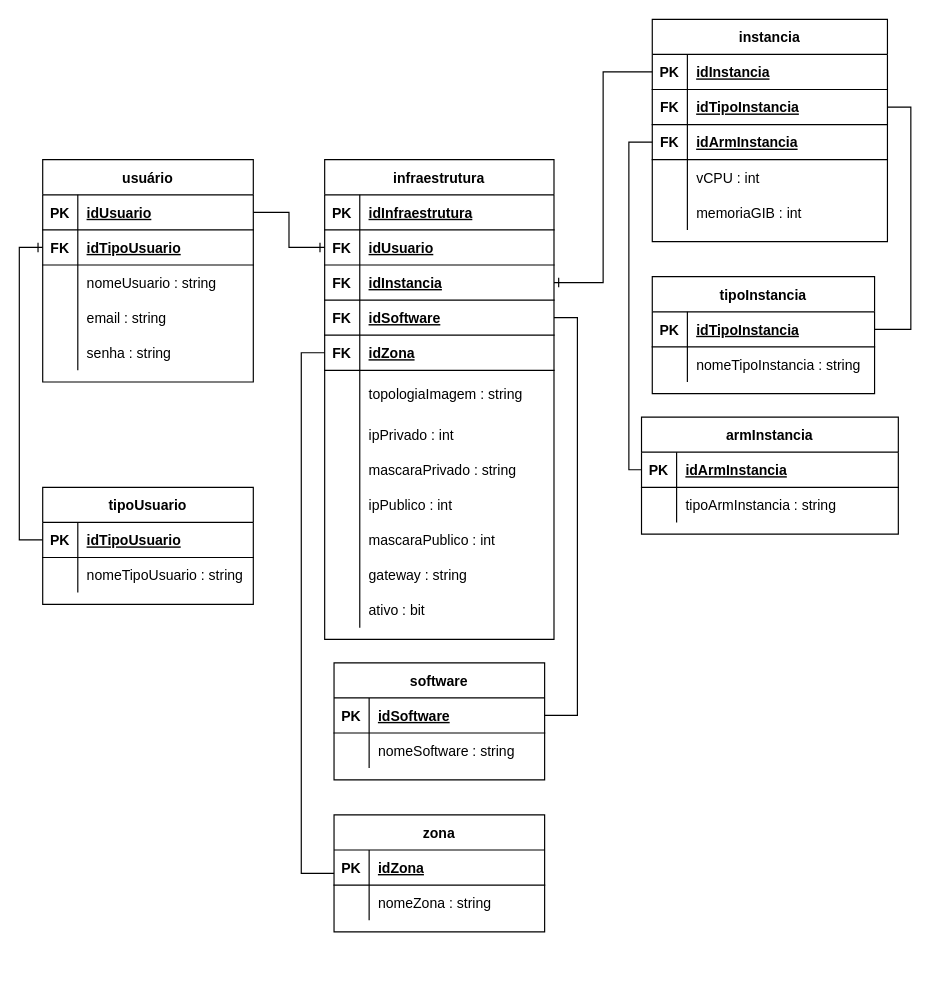
Angelogvr/Projeto_Final_Darede keeps this draw.io diagram as page "Lógico" (2 of 3) of BD/Modelagem/Modelagem.drawio. Above is the earlier version. Source tidied: cells renumbered, new cells numbered last; positions are measured from the earlier drawing's top-left corner, leaving out a move shared by most shapes. Both pictures are drawn from the tidied source at 117%, with x=0, y=0 at pixel (42, 19).
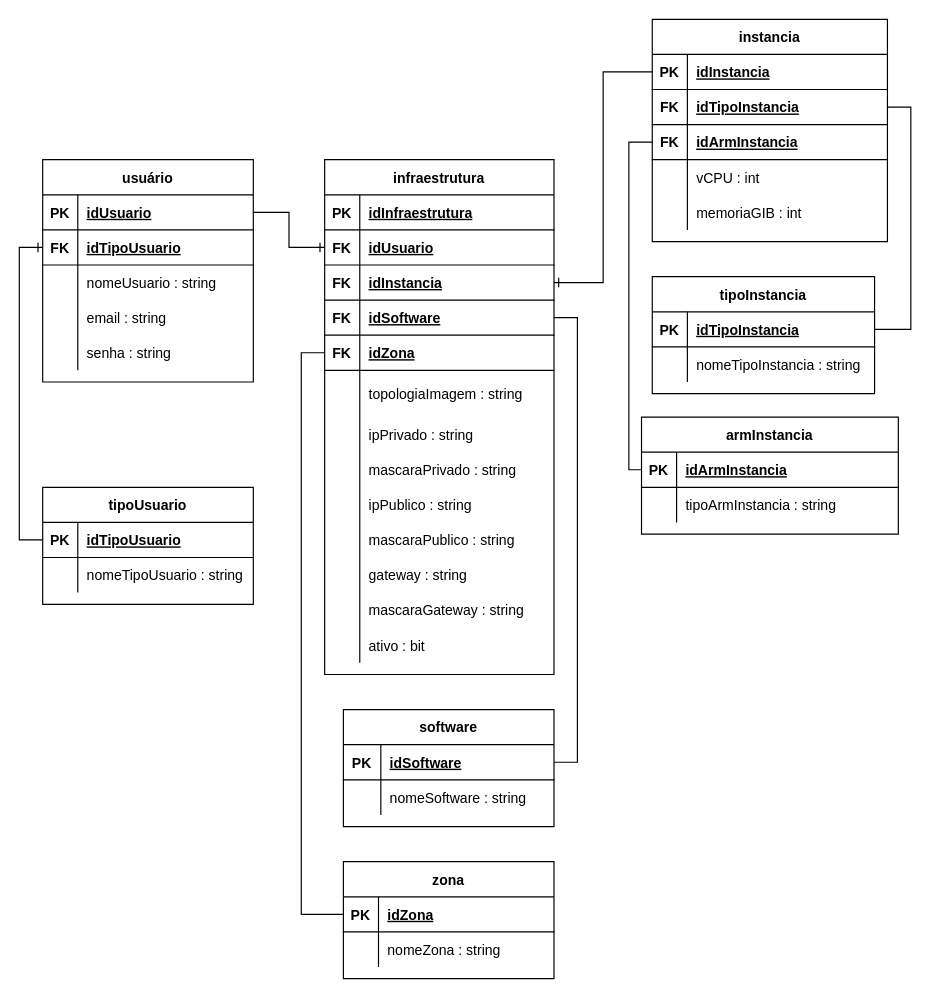
The same page after the edit.

The change refers to these unchanged cells:
```xml
<mxCell id="28" style="shape=tableRow;horizontal=0;startSize=0;swimlaneHead=0;swimlaneBody=0;fillColor=none;points=[[0,0.5],[1,0.5]];portConstraint=eastwest;top=0;left=0;right=0;bottom=1;" parent="18" vertex="1">
  <mxGeometry y="120" width="196" height="30" as="geometry" />
</mxCell>
<mxCell id="31" style="shape=tableRow;horizontal=0;startSize=0;swimlaneHead=0;swimlaneBody=0;fillColor=none;points=[[0,0.5],[1,0.5]];portConstraint=eastwest;top=0;left=0;right=0;bottom=1;" parent="18" vertex="1">
  <mxGeometry y="150" width="196" height="30" as="geometry" />
</mxCell>
<mxCell id="37" style="shape=tableRow;horizontal=0;startSize=0;swimlaneHead=0;swimlaneBody=0;fillColor=none;top=0;left=0;right=0;bottom=0;" parent="18" vertex="1">
  <mxGeometry y="220" width="196" height="30" as="geometry" />
</mxCell>
<mxCell id="43" style="shape=tableRow;horizontal=0;startSize=0;swimlaneHead=0;swimlaneBody=0;fillColor=none;top=0;left=0;right=0;bottom=0;" parent="18" vertex="1">
  <mxGeometry y="280" width="196" height="30" as="geometry" />
</mxCell>
<mxCell id="46" style="shape=tableRow;horizontal=0;startSize=0;swimlaneHead=0;swimlaneBody=0;fillColor=none;top=0;left=0;right=0;bottom=0;" parent="18" vertex="1">
  <mxGeometry y="310" width="196" height="30" as="geometry" />
</mxCell>
<mxCell id="98" style="shape=tableRow;horizontal=0;startSize=0;swimlaneHead=0;swimlaneBody=0;fillColor=none;points=[[0,0.5],[1,0.5]];portConstraint=eastwest;top=0;left=0;right=0;bottom=1;" parent="97" vertex="1">
  <mxGeometry y="30" width="180" height="30" as="geometry" />
</mxCell>
<mxCell id="101" style="shape=tableRow;horizontal=0;startSize=0;swimlaneHead=0;swimlaneBody=0;fillColor=none;top=0;left=0;right=0;bottom=0;" parent="97" vertex="1">
  <mxGeometry y="60" width="180" height="30" as="geometry" />
</mxCell>
<mxCell id="106" style="shape=tableRow;horizontal=0;startSize=0;swimlaneHead=0;swimlaneBody=0;fillColor=none;points=[[0,0.5],[1,0.5]];portConstraint=eastwest;top=0;left=0;right=0;bottom=1;" parent="105" vertex="1">
  <mxGeometry y="30" width="180" height="30" as="geometry" />
</mxCell>
```

What changed in the source:
```diff
@@
     <mxCell id="18" value="infraestrutura" style="shape=table;startSize=30;childLayout=tableLayout;rowLines=0;fontStyle=1;align=center;" parent="1" vertex="1">
-      <mxGeometry x="241" y="120" width="196" height="410" as="geometry" />
+      <mxGeometry x="241" y="120" width="196" height="440" as="geometry" />
     </mxCell>
@@
-    <mxCell id="39" value="ipPrivado : int" style="shape=partialRectangle;fillColor=none;top=0;left=0;bottom=0;right=0;align=left;spacingLeft=6;overflow=hidden;" parent="37" vertex="1">
+    <mxCell id="39" value="ipPrivado : string" style="shape=partialRectangle;fillColor=none;top=0;left=0;bottom=0;right=0;align=left;spacingLeft=6;overflow=hidden;" parent="37" vertex="1">
       <mxGeometry x="30" width="166" height="30" as="geometry" />
     </mxCell>
@@
-    <mxCell id="45" value="ipPublico : int" style="shape=partialRectangle;fillColor=none;top=0;left=0;bottom=0;right=0;align=left;spacingLeft=6;overflow=hidden;" parent="43" vertex="1">
+    <mxCell id="45" value="ipPublico : string" style="shape=partialRectangle;fillColor=none;top=0;left=0;bottom=0;right=0;align=left;spacingLeft=6;overflow=hidden;" parent="43" vertex="1">
       <mxGeometry x="30" width="166" height="30" as="geometry" />
     </mxCell>
@@
-    <mxCell id="48" value="mascaraPublico : int" style="shape=partialRectangle;fillColor=none;top=0;left=0;bottom=0;right=0;align=left;spacingLeft=6;overflow=hidden;" parent="46" vertex="1">
+    <mxCell id="48" value="mascaraPublico : string" style="shape=partialRectangle;fillColor=none;top=0;left=0;bottom=0;right=0;align=left;spacingLeft=6;overflow=hidden;" parent="46" vertex="1">
       <mxGeometry x="30" width="166" height="30" as="geometry" />
     </mxCell>
@@
+    <mxCell id="113" style="shape=tableRow;horizontal=0;startSize=0;swimlaneHead=0;swimlaneBody=0;fillColor=none;top=0;left=0;right=0;bottom=0;" parent="18" vertex="1">
+      <mxGeometry y="370" width="196" height="30" as="geometry" />
+    </mxCell>
+    <mxCell id="114" style="shape=partialRectangle;fillColor=none;top=0;left=0;bottom=0;right=0;overflow=hidden;" parent="113" vertex="1">
+      <mxGeometry width="30" height="30" as="geometry" />
+    </mxCell>
+    <mxCell id="115" value="mascaraGateway : string" style="shape=partialRectangle;fillColor=none;top=0;left=0;bottom=0;right=0;align=left;spacingLeft=6;overflow=hidden;" parent="113" vertex="1">
+      <mxGeometry x="30" width="166" height="30" as="geometry" />
+    </mxCell>
     <mxCell id="52" style="shape=tableRow;horizontal=0;startSize=0;swimlaneHead=0;swimlaneBody=0;fillColor=none;top=0;left=0;right=0;bottom=0;" parent="18" vertex="1">
-      <mxGeometry y="370" width="196" height="30" as="geometry" />
+      <mxGeometry y="400" width="196" height="30" as="geometry" />
     </mxCell>
@@
     <mxCell id="97" value="software" style="shape=table;startSize=30;childLayout=tableLayout;rowLines=0;fontStyle=1;align=center;" parent="1" vertex="1">
-      <mxGeometry x="249" y="550" width="180" height="100" as="geometry" />
+      <mxGeometry x="257" y="590" width="180" height="100" as="geometry" />
     </mxCell>
@@
     <mxCell id="99" value="PK" style="shape=partialRectangle;fillColor=none;top=0;left=0;bottom=0;right=0;fontStyle=1;overflow=hidden;" parent="98" vertex="1">
-      <mxGeometry width="30" height="30" as="geometry" />
+      <mxGeometry width="32" height="30" as="geometry" />
     </mxCell>
     <mxCell id="100" value="idSoftware" style="shape=partialRectangle;fillColor=none;top=0;left=0;bottom=0;right=0;align=left;spacingLeft=6;fontStyle=5;overflow=hidden;" parent="98" vertex="1">
-      <mxGeometry x="30" width="150" height="30" as="geometry" />
+      <mxGeometry x="32" width="148" height="30" as="geometry" />
     </mxCell>
@@
     <mxCell id="102" style="shape=partialRectangle;fillColor=none;top=0;left=0;bottom=0;right=0;overflow=hidden;" parent="101" vertex="1">
-      <mxGeometry width="30" height="30" as="geometry" />
+      <mxGeometry width="32" height="30" as="geometry" />
     </mxCell>
     <mxCell id="103" value="nomeSoftware : string" style="shape=partialRectangle;fillColor=none;top=0;left=0;bottom=0;right=0;align=left;spacingLeft=6;overflow=hidden;" parent="101" vertex="1">
-      <mxGeometry x="30" width="150" height="30" as="geometry" />
+      <mxGeometry x="32" width="148" height="30" as="geometry" />
     </mxCell>
-    <mxCell id="104" style="edgeStyle=orthogonalEdgeStyle;rounded=0;jettySize=auto;html=1;entryX=0;entryY=0.5;entryDx=0;entryDy=0;endArrow=none;endFill=0;" parent="1" edge="1" source="105" target="31">
-      <mxGeometry relative="1" as="geometry">
-        <Array as="points">
-          <mxPoint x="221" y="730" />
-          <mxPoint x="221" y="285" />
-        </Array>
-      </mxGeometry>
-    </mxCell>
     <mxCell id="105" value="zona" style="shape=table;startSize=30;childLayout=tableLayout;rowLines=0;fontStyle=1;align=center;" parent="1" vertex="1">
-      <mxGeometry x="249" y="680" width="180" height="100" as="geometry" />
+      <mxGeometry x="257" y="720" width="180" height="100" as="geometry" />
     </mxCell>
@@
     <mxCell id="112" style="edgeStyle=orthogonalEdgeStyle;rounded=0;jettySize=auto;html=1;entryX=1;entryY=0.5;entryDx=0;entryDy=0;endArrow=none;endFill=0;" parent="1" edge="1" source="98" target="28">
       <mxGeometry relative="1" as="geometry">
         <Array as="points">
-          <mxPoint x="457" y="595" />
+          <mxPoint x="457" y="635" />
           <mxPoint x="457" y="255" />
         </Array>
       </mxGeometry>
     </mxCell>
+    <mxCell id="116" style="edgeStyle=orthogonalEdgeStyle;rounded=0;jettySize=auto;html=1;entryX=0;entryY=0.5;entryDx=0;entryDy=0;endArrow=none;endFill=0;" parent="1" edge="1" source="106" target="31">
+      <mxGeometry relative="1" as="geometry" />
+    </mxCell>
```
